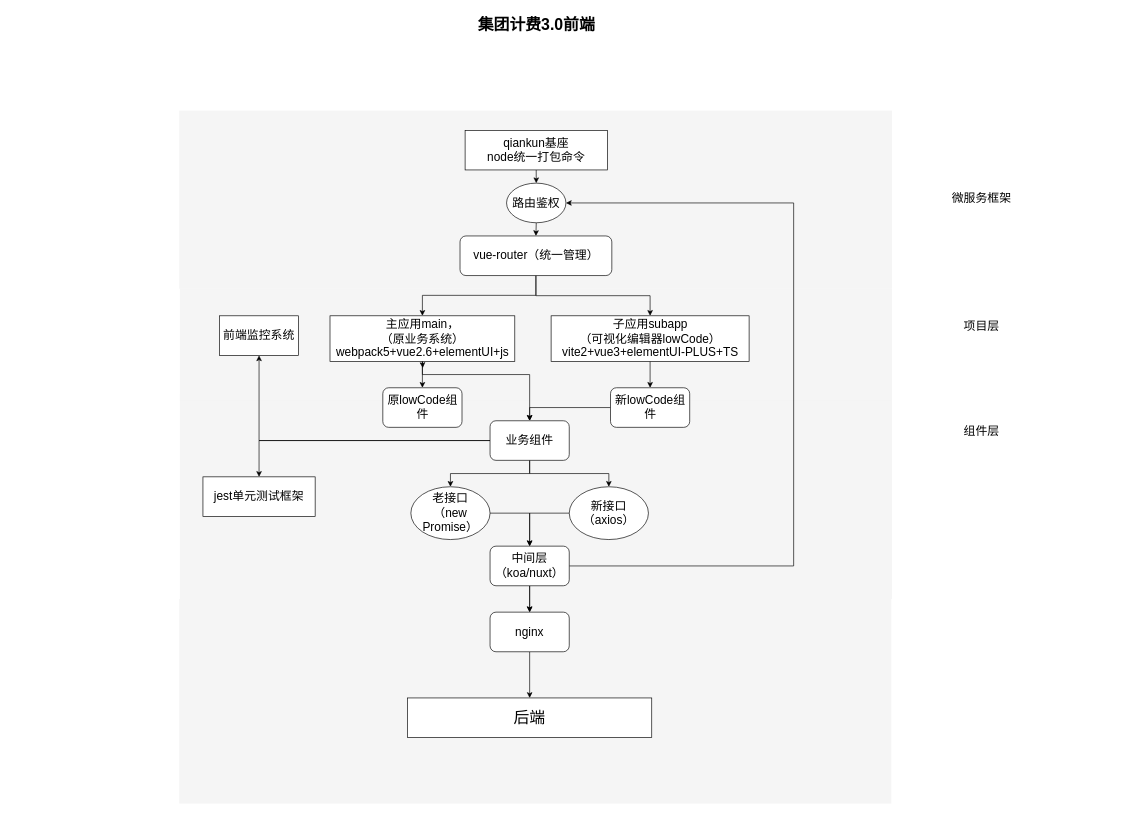
Earlier version of the draw.io diagram Untitled Diagram.drawio (YJnan/tj-). Source tidied: cells renumbered, new cells numbered last; positions are measured from the earlier drawing's top-left corner, leaving out a move shared by most shapes. Both pictures are drawn from the tidied source at 66%, with x=0, y=0 at pixel (11, 11).
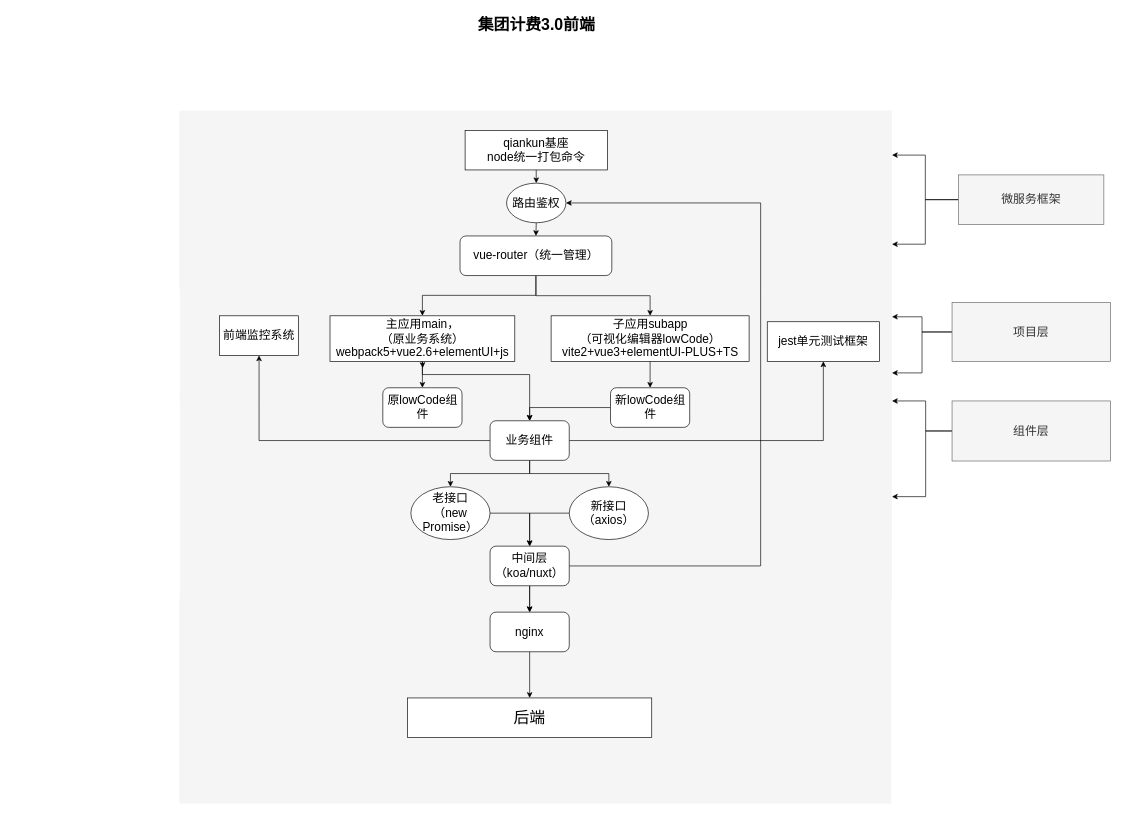
The same diagram, later.

Unchanged cells that the change refers to:
```xml
<mxCell id="3" style="whiteSpace=wrap;html=1;strokeColor=none;strokeWidth=1;fillColor=#f5f5f5;fontSize=14;" parent="1" vertex="1">
  <mxGeometry x="256" y="580" width="1079" height="310" as="geometry" />
</mxCell>
<mxCell id="5" style="whiteSpace=wrap;html=1;strokeColor=none;strokeWidth=1;fillColor=#f5f5f5;fontSize=14;" parent="1" vertex="1">
  <mxGeometry x="256" y="420" width="1079" height="170" as="geometry" />
</mxCell>
<mxCell id="6" style="whiteSpace=wrap;html=1;strokeColor=none;strokeWidth=1;fillColor=#f5f5f5;fontSize=14;" parent="1" vertex="1">
  <mxGeometry x="255" y="150" width="1080" height="270" as="geometry" />
</mxCell>
<mxCell id="17" value="&lt;font style=&quot;font-size: 18px&quot;&gt;路由鉴权&lt;/font&gt;" style="ellipse;whiteSpace=wrap;html=1;" parent="1" vertex="1">
  <mxGeometry x="751" y="260" width="90" height="60" as="geometry" />
</mxCell>
<mxCell id="29" value="&lt;font style=&quot;font-size: 18px&quot;&gt;业务组件&lt;/font&gt;" style="rounded=1;whiteSpace=wrap;html=1;" parent="1" vertex="1">
  <mxGeometry x="726" y="620" width="120" height="60" as="geometry" />
</mxCell>
<mxCell id="39" value="&lt;font style=&quot;font-size: 18px&quot;&gt;中间层&lt;br&gt;（koa/nuxt）&lt;/font&gt;" style="rounded=1;whiteSpace=wrap;html=1;" parent="1" vertex="1">
  <mxGeometry x="726" y="810" width="120" height="60" as="geometry" />
</mxCell>
```

What changed in the source:
```diff
@@
+    <mxCell id="45" style="edgeStyle=orthogonalEdgeStyle;rounded=0;jettySize=auto;html=1;exitX=0;exitY=0.5;exitDx=0;exitDy=0;entryX=1;entryY=1;entryDx=0;entryDy=0;" parent="1" edge="1" source="7" target="5">
+      <mxGeometry relative="1" as="geometry">
+        <Array as="points">
+          <mxPoint x="1386" y="636" />
+          <mxPoint x="1386" y="590" />
+        </Array>
+      </mxGeometry>
+    </mxCell>
+    <mxCell id="46" style="edgeStyle=orthogonalEdgeStyle;rounded=0;jettySize=auto;html=1;exitX=0;exitY=0.5;exitDx=0;exitDy=0;entryX=1;entryY=0.5;entryDx=0;entryDy=0;" parent="1" edge="1" source="7" target="3">
+      <mxGeometry relative="1" as="geometry">
+        <Array as="points">
+          <mxPoint x="1386" y="636" />
+          <mxPoint x="1386" y="735" />
+        </Array>
+      </mxGeometry>
+    </mxCell>
-    <mxCell id="7" value="&lt;font style=&quot;font-size: 18px&quot;&gt;组件层&lt;/font&gt;" style="text;html=1;strokeColor=none;fillColor=none;align=center;verticalAlign=middle;whiteSpace=wrap;fontSize=14;" parent="1" vertex="1">
-      <mxGeometry x="1350.5" y="590" width="240" height="91" as="geometry" />
+    <mxCell id="7" value="&lt;font style=&quot;font-size: 18px&quot;&gt;组件层&lt;/font&gt;" style="text;html=1;align=center;verticalAlign=middle;whiteSpace=wrap;fontSize=14;fillColor=#f5f5f5;strokeColor=#666666;fontColor=#333333;" parent="1" vertex="1">
+      <mxGeometry x="1426" y="590" width="240" height="91" as="geometry" />
     </mxCell>
+    <mxCell id="47" style="edgeStyle=orthogonalEdgeStyle;rounded=0;jettySize=auto;html=1;exitX=0;exitY=0.5;exitDx=0;exitDy=0;entryX=1;entryY=0.25;entryDx=0;entryDy=0;" parent="1" edge="1" source="8" target="5">
+      <mxGeometry relative="1" as="geometry" />
+    </mxCell>
+    <mxCell id="48" style="edgeStyle=orthogonalEdgeStyle;rounded=0;jettySize=auto;html=1;entryX=1;entryY=0.75;entryDx=0;entryDy=0;" parent="1" edge="1" source="8" target="5">
+      <mxGeometry relative="1" as="geometry" />
+    </mxCell>
-    <mxCell id="8" value="&lt;font style=&quot;font-size: 18px&quot;&gt;项目层&lt;/font&gt;" style="text;html=1;strokeColor=none;fillColor=none;align=center;verticalAlign=middle;whiteSpace=wrap;fontSize=14;" parent="1" vertex="1">
-      <mxGeometry x="1350.5" y="432" width="240" height="89" as="geometry" />
+    <mxCell id="8" value="&lt;font style=&quot;font-size: 18px&quot;&gt;项目层&lt;/font&gt;" style="text;html=1;strokeColor=#666666;fillColor=#f5f5f5;align=center;verticalAlign=middle;whiteSpace=wrap;fontSize=14;fontColor=#333333;" parent="1" vertex="1">
+      <mxGeometry x="1426" y="441" width="240" height="89" as="geometry" />
     </mxCell>
+    <mxCell id="49" style="edgeStyle=orthogonalEdgeStyle;rounded=0;jettySize=auto;html=1;exitX=0;exitY=0.5;exitDx=0;exitDy=0;entryX=1;entryY=0.25;entryDx=0;entryDy=0;" parent="1" edge="1" source="9" target="6">
+      <mxGeometry relative="1" as="geometry" />
+    </mxCell>
+    <mxCell id="50" style="edgeStyle=orthogonalEdgeStyle;rounded=0;jettySize=auto;html=1;exitX=0;exitY=0.5;exitDx=0;exitDy=0;entryX=1;entryY=0.75;entryDx=0;entryDy=0;" parent="1" edge="1" source="9" target="6">
+      <mxGeometry relative="1" as="geometry" />
+    </mxCell>
-    <mxCell id="9" value="&lt;font style=&quot;font-size: 18px&quot;&gt;微服务框架&lt;/font&gt;" style="text;html=1;strokeColor=none;fillColor=none;align=center;verticalAlign=middle;whiteSpace=wrap;fontSize=14;" parent="1" vertex="1">
-      <mxGeometry x="1350.5" y="245" width="240" height="75" as="geometry" />
+    <mxCell id="9" value="&lt;font style=&quot;font-size: 18px&quot;&gt;微服务框架&lt;/font&gt;" style="text;html=1;strokeColor=#666666;fillColor=#f5f5f5;align=center;verticalAlign=middle;whiteSpace=wrap;fontSize=14;fontColor=#333333;" parent="1" vertex="1">
+      <mxGeometry x="1436" y="247.5" width="220" height="75" as="geometry" />
     </mxCell>
@@
-    <mxCell id="28" style="edgeStyle=orthogonalEdgeStyle;rounded=0;jettySize=auto;html=1;exitX=0;exitY=0.5;exitDx=0;exitDy=0;" parent="1" edge="1" source="29" target="44">
+    <mxCell id="28" style="edgeStyle=orthogonalEdgeStyle;rounded=0;jettySize=auto;html=1;exitX=1;exitY=0.5;exitDx=0;exitDy=0;" parent="1" edge="1" source="29" target="44">
       <mxGeometry relative="1" as="geometry" />
     </mxCell>
@@
     <mxCell id="38" style="edgeStyle=orthogonalEdgeStyle;rounded=0;jettySize=auto;html=1;exitX=1;exitY=0.5;exitDx=0;exitDy=0;entryX=1;entryY=0.5;entryDx=0;entryDy=0;" parent="1" edge="1" source="39" target="17">
       <mxGeometry relative="1" as="geometry">
         <Array as="points">
-          <mxPoint x="1186" y="840" />
-          <mxPoint x="1186" y="290" />
+          <mxPoint x="1136" y="840" />
+          <mxPoint x="1136" y="290" />
         </Array>
       </mxGeometry>
     </mxCell>
@@
     <mxCell id="44" value="&lt;font style=&quot;font-size: 18px&quot;&gt;jest单元测试框架&lt;/font&gt;" style="rounded=0;whiteSpace=wrap;html=1;" parent="1" vertex="1">
-      <mxGeometry x="291" y="705" width="170" height="60" as="geometry" />
+      <mxGeometry x="1146" y="470" width="170" height="60" as="geometry" />
     </mxCell>
```
